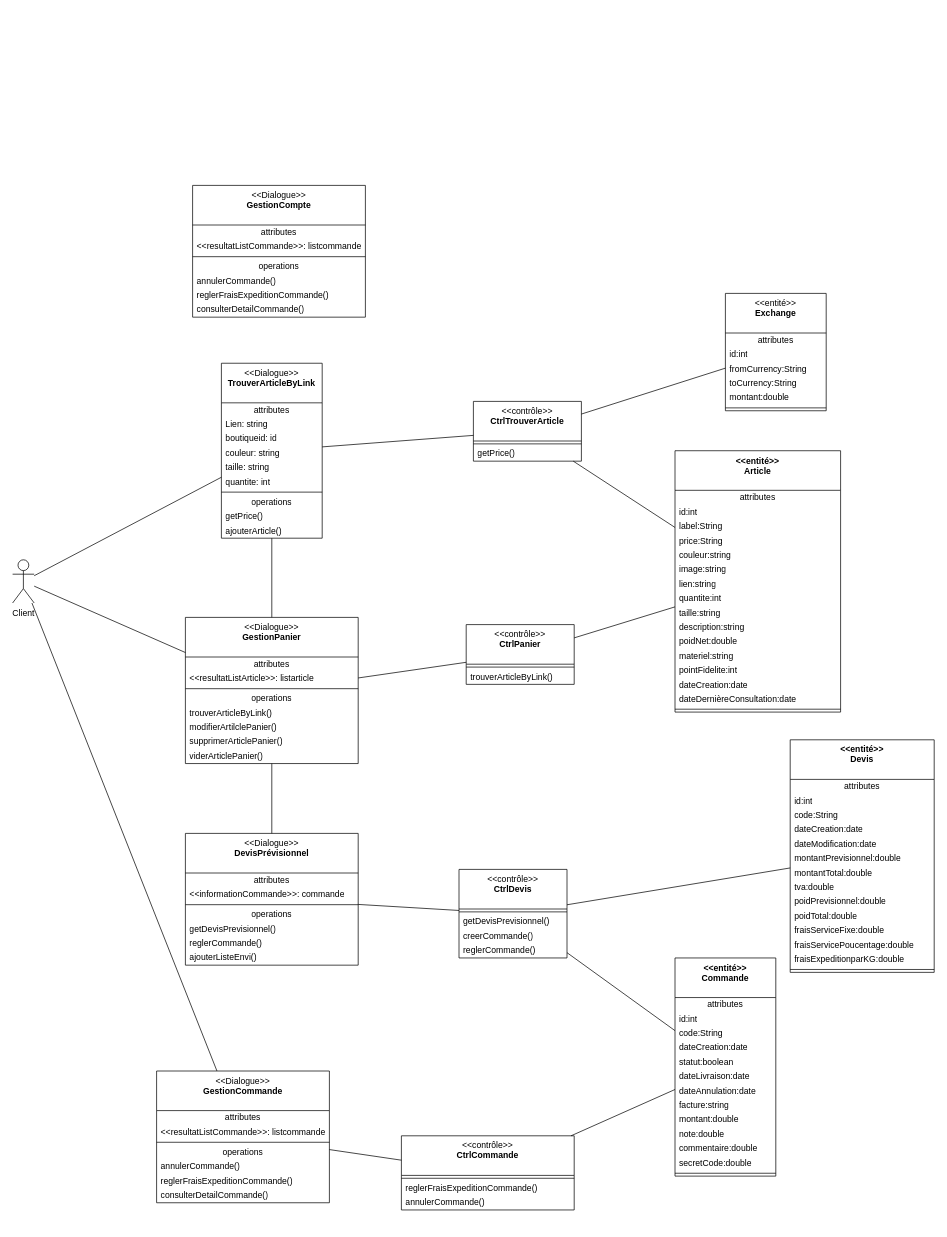
kbvac/Diagramme-UML keeps this draw.io diagram as page "DCP-MFS-CLIENT" (3 of 5) of Diagramme_MyFrench_Shop.drawio. Above is the earlier version. Source tidied: cells renumbered, new cells numbered last; positions are measured from the earlier drawing's top-left corner, leaving out a move shared by most shapes. Both pictures are drawn from the tidied source at 72%, with x=0, y=0 at pixel (12, 185).
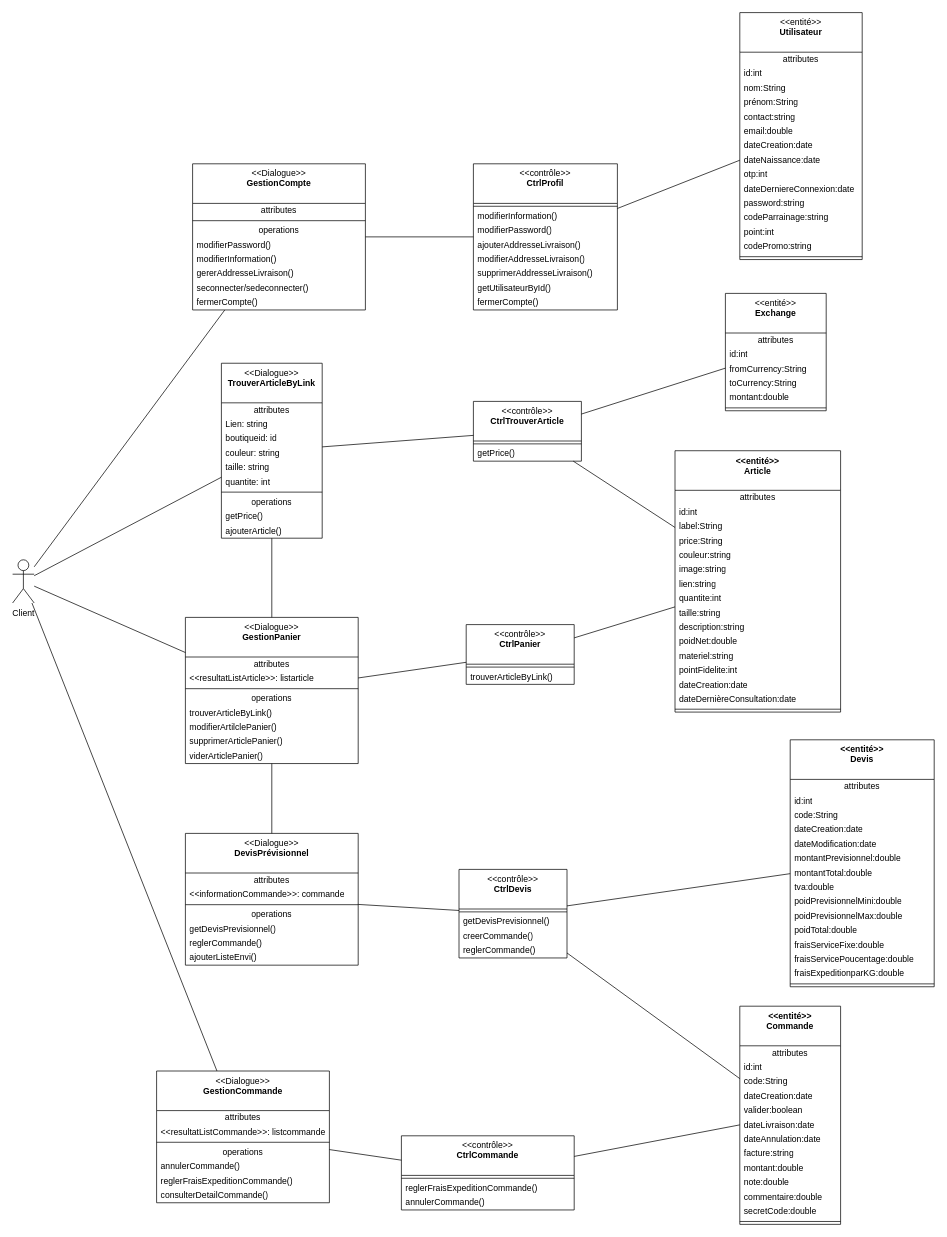
Above is the later version.

Unchanged cells that the change refers to:
```xml
<mxCell id="2" value="Client" style="shape=umlActor;verticalLabelPosition=bottom;verticalAlign=top;html=1;" parent="1" vertex="1">
  <mxGeometry y="520" width="30" height="60" as="geometry" />
</mxCell>
```

Change to the diagram source:
```diff
@@
     <mxCell id="61" value="&amp;lt;&amp;lt;entité&amp;gt;&amp;gt;&lt;br&gt;&lt;span&gt;Commande&lt;/span&gt;" style="swimlane;fontStyle=1;align=center;verticalAlign=top;horizontal=1;startSize=55;html=1;whiteSpace=wrap;" parent="1" vertex="1">
-      <mxGeometry x="920" y="1073" width="140" height="303" as="geometry" />
+      <mxGeometry x="1010" y="1140" width="140" height="303" as="geometry" />
     </mxCell>
@@
-    <mxCell id="66" value="statut:boolean" style="text;html=1;strokeColor=none;fillColor=none;align=left;verticalAlign=middle;spacingLeft=4;spacingRight=4;overflow=hidden;whiteSpace=wrap;" parent="61" vertex="1">
+    <mxCell id="66" value="valider:boolean" style="text;html=1;strokeColor=none;fillColor=none;align=left;verticalAlign=middle;spacingLeft=4;spacingRight=4;overflow=hidden;whiteSpace=wrap;" parent="61" vertex="1">
       <mxGeometry y="135" width="140" height="20" as="geometry" />
     </mxCell>
@@
     <mxCell id="93" value="&amp;lt;&amp;lt;entité&amp;gt;&amp;gt;&lt;br&gt;&lt;span&gt;Devis&lt;br&gt;&lt;/span&gt;" style="swimlane;fontStyle=1;align=center;verticalAlign=top;horizontal=1;startSize=55;html=1;whiteSpace=wrap;" parent="1" vertex="1">
-      <mxGeometry x="1080" y="770" width="200" height="323" as="geometry" />
+      <mxGeometry x="1080" y="770" width="200" height="343" as="geometry" />
     </mxCell>
@@
+    <mxCell id="130" value="poidPrevisionnelMini:double" style="text;html=1;strokeColor=none;fillColor=none;align=left;verticalAlign=middle;spacingLeft=4;spacingRight=4;overflow=hidden;whiteSpace=wrap;" parent="93" vertex="1">
+      <mxGeometry y="215" width="200" height="20" as="geometry" />
+    </mxCell>
-    <mxCell id="102" value="poidPrevisionnel:double" style="text;html=1;strokeColor=none;fillColor=none;align=left;verticalAlign=middle;spacingLeft=4;spacingRight=4;overflow=hidden;whiteSpace=wrap;" parent="93" vertex="1">
-      <mxGeometry y="215" width="200" height="20" as="geometry" />
+    <mxCell id="102" value="poidPrevisionnelMax:double" style="text;html=1;strokeColor=none;fillColor=none;align=left;verticalAlign=middle;spacingLeft=4;spacingRight=4;overflow=hidden;whiteSpace=wrap;" parent="93" vertex="1">
+      <mxGeometry y="235" width="200" height="20" as="geometry" />
     </mxCell>
     <mxCell id="103" value="poidTotal:double" style="text;html=1;strokeColor=none;fillColor=none;align=left;verticalAlign=middle;spacingLeft=4;spacingRight=4;overflow=hidden;whiteSpace=wrap;" parent="93" vertex="1">
-      <mxGeometry y="235" width="200" height="20" as="geometry" />
+      <mxGeometry y="255" width="200" height="20" as="geometry" />
     </mxCell>
     <mxCell id="104" value="fraisServiceFixe:double" style="text;html=1;strokeColor=none;fillColor=none;align=left;verticalAlign=middle;spacingLeft=4;spacingRight=4;overflow=hidden;whiteSpace=wrap;" parent="93" vertex="1">
-      <mxGeometry y="255" width="200" height="20" as="geometry" />
+      <mxGeometry y="275" width="200" height="20" as="geometry" />
     </mxCell>
     <mxCell id="105" value="fraisServicePoucentage:double" style="text;html=1;strokeColor=none;fillColor=none;align=left;verticalAlign=middle;spacingLeft=4;spacingRight=4;overflow=hidden;whiteSpace=wrap;" parent="93" vertex="1">
-      <mxGeometry y="275" width="200" height="20" as="geometry" />
+      <mxGeometry y="295" width="200" height="20" as="geometry" />
     </mxCell>
     <mxCell id="106" value="fraisExpeditionparKG:double" style="text;html=1;strokeColor=none;fillColor=none;align=left;verticalAlign=middle;spacingLeft=4;spacingRight=4;overflow=hidden;whiteSpace=wrap;" parent="93" vertex="1">
-      <mxGeometry y="295" width="200" height="20" as="geometry" />
+      <mxGeometry y="315" width="200" height="20" as="geometry" />
     </mxCell>
     <mxCell id="107" style="line;strokeWidth=1;fillColor=none;align=left;verticalAlign=middle;spacingTop=-1;spacingLeft=3;spacingRight=3;labelPosition=right;" parent="93" vertex="1">
-      <mxGeometry y="315" width="200" height="8" as="geometry" />
+      <mxGeometry y="335" width="200" height="8" as="geometry" />
     </mxCell>
@@
     <mxCell id="122" value="&amp;lt;&amp;lt;Dialogue&amp;gt;&amp;gt;&lt;br&gt;&lt;b&gt;GestionCompte&lt;br&gt;&lt;/b&gt;" style="swimlane;fontStyle=0;align=center;verticalAlign=top;horizontal=1;startSize=55;html=1;whiteSpace=wrap;" parent="1" vertex="1">
-      <mxGeometry x="250" width="240" height="183" as="geometry" />
+      <mxGeometry x="250" y="-30" width="240" height="203" as="geometry" />
     </mxCell>
@@
-    <mxCell id="124" value="&amp;lt;&amp;lt;resultatListCommande&amp;gt;&amp;gt;: listcommande" style="text;html=1;strokeColor=none;fillColor=none;align=left;verticalAlign=middle;spacingLeft=4;spacingRight=4;overflow=hidden;whiteSpace=wrap;" parent="122" vertex="1">
-      <mxGeometry y="75" width="240" height="20" as="geometry" />
-    </mxCell>
     <mxCell id="125" style="line;strokeWidth=1;fillColor=none;align=left;verticalAlign=middle;spacingTop=-1;spacingLeft=3;spacingRight=3;labelPosition=right;" parent="122" vertex="1">
-      <mxGeometry y="95" width="240" height="8" as="geometry" />
+      <mxGeometry y="75" width="240" height="8" as="geometry" />
     </mxCell>
     <mxCell id="126" value="operations" style="text;html=1;strokeColor=none;fillColor=none;align=center;verticalAlign=middle;spacingLeft=4;spacingRight=4;overflow=hidden;whiteSpace=wrap;" parent="122" vertex="1">
-      <mxGeometry y="103" width="240" height="20" as="geometry" />
+      <mxGeometry y="83" width="240" height="20" as="geometry" />
     </mxCell>
-    <mxCell id="127" value="annulerCommande()" style="text;html=1;strokeColor=none;fillColor=none;align=left;verticalAlign=middle;spacingLeft=4;spacingRight=4;overflow=hidden;whiteSpace=wrap;" parent="122" vertex="1">
-      <mxGeometry y="123" width="240" height="20" as="geometry" />
+    <mxCell id="127" value="modifierPassword()" style="text;html=1;strokeColor=none;fillColor=none;align=left;verticalAlign=middle;spacingLeft=4;spacingRight=4;overflow=hidden;whiteSpace=wrap;" parent="122" vertex="1">
+      <mxGeometry y="103" width="240" height="20" as="geometry" />
     </mxCell>
-    <mxCell id="128" value="reglerFraisExpeditionCommande()" style="text;html=1;strokeColor=none;fillColor=none;align=left;verticalAlign=middle;spacingLeft=4;spacingRight=4;overflow=hidden;whiteSpace=wrap;" parent="122" vertex="1">
-      <mxGeometry y="143" width="240" height="20" as="geometry" />
+    <mxCell id="128" value="modifierInformation()" style="text;html=1;strokeColor=none;fillColor=none;align=left;verticalAlign=middle;spacingLeft=4;spacingRight=4;overflow=hidden;whiteSpace=wrap;" parent="122" vertex="1">
+      <mxGeometry y="123" width="240" height="20" as="geometry" />
     </mxCell>
-    <mxCell id="129" value="consulterDetailCommande()" style="text;html=1;strokeColor=none;fillColor=none;align=left;verticalAlign=middle;spacingLeft=4;spacingRight=4;overflow=hidden;whiteSpace=wrap;" parent="122" vertex="1">
-      <mxGeometry y="163" width="240" height="20" as="geometry" />
+    <mxCell id="129" value="gererAddresseLivraison()" style="text;html=1;strokeColor=none;fillColor=none;align=left;verticalAlign=middle;spacingLeft=4;spacingRight=4;overflow=hidden;whiteSpace=wrap;" parent="122" vertex="1">
+      <mxGeometry y="143" width="240" height="20" as="geometry" />
     </mxCell>
+    <mxCell id="131" value="seconnecter/sedeconnecter()" style="text;html=1;strokeColor=none;fillColor=none;align=left;verticalAlign=middle;spacingLeft=4;spacingRight=4;overflow=hidden;whiteSpace=wrap;" parent="122" vertex="1">
+      <mxGeometry y="163" width="240" height="20" as="geometry" />
+    </mxCell>
+    <mxCell id="132" value="fermerCompte()" style="text;html=1;strokeColor=none;fillColor=none;align=left;verticalAlign=middle;spacingLeft=4;spacingRight=4;overflow=hidden;whiteSpace=wrap;" parent="122" vertex="1">
+      <mxGeometry y="183" width="240" height="20" as="geometry" />
+    </mxCell>
+    <mxCell id="133" style="endArrow=none;startArrow=none;endFill=0;startFill=0;endSize=8;html=1;verticalAlign=bottom;labelBackgroundColor=none;strokeWidth=1;rounded=0;" parent="1" edge="1" source="2" target="122">
+      <mxGeometry relative="1" as="geometry" />
+    </mxCell>
+    <mxCell id="134" value="&amp;lt;&amp;lt;contrôle&amp;gt;&amp;gt;&lt;br&gt;&lt;b&gt;CtrlProfil&lt;/b&gt;" style="swimlane;fontStyle=0;align=center;verticalAlign=top;horizontal=1;startSize=55;html=1;whiteSpace=wrap;" parent="1" vertex="1">
+      <mxGeometry x="640" y="-30" width="200" height="203" as="geometry" />
+    </mxCell>
+    <mxCell id="135" style="line;strokeWidth=1;fillColor=none;align=left;verticalAlign=middle;spacingTop=-1;spacingLeft=3;spacingRight=3;labelPosition=right;" parent="134" vertex="1">
+      <mxGeometry y="55" width="200" height="8" as="geometry" />
+    </mxCell>
+    <mxCell id="136" value="modifierInformation()" style="text;html=1;strokeColor=none;fillColor=none;align=left;verticalAlign=middle;spacingLeft=4;spacingRight=4;overflow=hidden;whiteSpace=wrap;" parent="134" vertex="1">
+      <mxGeometry y="63" width="200" height="20" as="geometry" />
+    </mxCell>
+    <mxCell id="137" value="modifierPassword()" style="text;html=1;strokeColor=none;fillColor=none;align=left;verticalAlign=middle;spacingLeft=4;spacingRight=4;overflow=hidden;whiteSpace=wrap;" parent="134" vertex="1">
+      <mxGeometry y="83" width="200" height="20" as="geometry" />
+    </mxCell>
+    <mxCell id="138" value="ajouterAddresseLivraison()" style="text;html=1;strokeColor=none;fillColor=none;align=left;verticalAlign=middle;spacingLeft=4;spacingRight=4;overflow=hidden;whiteSpace=wrap;" parent="134" vertex="1">
+      <mxGeometry y="103" width="200" height="20" as="geometry" />
+    </mxCell>
+    <mxCell id="139" value="modifierAddresseLivraison()" style="text;html=1;strokeColor=none;fillColor=none;align=left;verticalAlign=middle;spacingLeft=4;spacingRight=4;overflow=hidden;whiteSpace=wrap;" parent="134" vertex="1">
+      <mxGeometry y="123" width="200" height="20" as="geometry" />
+    </mxCell>
+    <mxCell id="140" value="supprimerAddresseLivraison()" style="text;html=1;strokeColor=none;fillColor=none;align=left;verticalAlign=middle;spacingLeft=4;spacingRight=4;overflow=hidden;whiteSpace=wrap;" parent="134" vertex="1">
+      <mxGeometry y="143" width="200" height="20" as="geometry" />
+    </mxCell>
+    <mxCell id="141" value="getUtilisateurById()" style="text;html=1;strokeColor=none;fillColor=none;align=left;verticalAlign=middle;spacingLeft=4;spacingRight=4;overflow=hidden;whiteSpace=wrap;" parent="134" vertex="1">
+      <mxGeometry y="163" width="200" height="20" as="geometry" />
+    </mxCell>
+    <mxCell id="142" value="fermerCompte()" style="text;html=1;strokeColor=none;fillColor=none;align=left;verticalAlign=middle;spacingLeft=4;spacingRight=4;overflow=hidden;whiteSpace=wrap;" parent="134" vertex="1">
+      <mxGeometry y="183" width="200" height="20" as="geometry" />
+    </mxCell>
+    <mxCell id="143" style="endArrow=none;startArrow=none;endFill=0;startFill=0;endSize=8;html=1;verticalAlign=bottom;labelBackgroundColor=none;strokeWidth=1;rounded=0;" parent="1" edge="1" source="134" target="122">
+      <mxGeometry relative="1" as="geometry" />
+    </mxCell>
+    <mxCell id="144" value="&amp;lt;&amp;lt;entité&amp;gt;&amp;gt;&lt;br&gt;&lt;b&gt;Utilisateur&lt;/b&gt;" style="swimlane;fontStyle=0;align=center;verticalAlign=top;horizontal=1;startSize=55;html=1;whiteSpace=wrap;" parent="1" vertex="1">
+      <mxGeometry x="1010" y="-240" width="170" height="343" as="geometry" />
+    </mxCell>
+    <mxCell id="145" value="attributes" style="text;html=1;strokeColor=none;fillColor=none;align=center;verticalAlign=middle;spacingLeft=4;spacingRight=4;overflow=hidden;whiteSpace=wrap;" parent="144" vertex="1">
+      <mxGeometry y="55" width="170" height="20" as="geometry" />
+    </mxCell>
+    <mxCell id="146" value="id:int" style="text;html=1;strokeColor=none;fillColor=none;align=left;verticalAlign=middle;spacingLeft=4;spacingRight=4;overflow=hidden;whiteSpace=wrap;" parent="144" vertex="1">
+      <mxGeometry y="75" width="170" height="20" as="geometry" />
+    </mxCell>
+    <mxCell id="147" value="nom:String" style="text;html=1;strokeColor=none;fillColor=none;align=left;verticalAlign=middle;spacingLeft=4;spacingRight=4;overflow=hidden;whiteSpace=wrap;" parent="144" vertex="1">
+      <mxGeometry y="95" width="170" height="20" as="geometry" />
+    </mxCell>
+    <mxCell id="148" value="prénom:String" style="text;html=1;strokeColor=none;fillColor=none;align=left;verticalAlign=middle;spacingLeft=4;spacingRight=4;overflow=hidden;whiteSpace=wrap;" parent="144" vertex="1">
+      <mxGeometry y="115" width="170" height="20" as="geometry" />
+    </mxCell>
+    <mxCell id="149" value="contact:string" style="text;html=1;strokeColor=none;fillColor=none;align=left;verticalAlign=middle;spacingLeft=4;spacingRight=4;overflow=hidden;whiteSpace=wrap;" parent="144" vertex="1">
+      <mxGeometry y="135" width="170" height="20" as="geometry" />
+    </mxCell>
+    <mxCell id="150" value="email:double" style="text;html=1;strokeColor=none;fillColor=none;align=left;verticalAlign=middle;spacingLeft=4;spacingRight=4;overflow=hidden;whiteSpace=wrap;" parent="144" vertex="1">
+      <mxGeometry y="155" width="170" height="20" as="geometry" />
+    </mxCell>
+    <mxCell id="151" value="dateCreation:date&amp;nbsp;" style="text;html=1;strokeColor=none;fillColor=none;align=left;verticalAlign=middle;spacingLeft=4;spacingRight=4;overflow=hidden;whiteSpace=wrap;" parent="144" vertex="1">
+      <mxGeometry y="175" width="170" height="20" as="geometry" />
+    </mxCell>
+    <mxCell id="152" value="dateNaissance:date" style="text;html=1;strokeColor=none;fillColor=none;align=left;verticalAlign=middle;spacingLeft=4;spacingRight=4;overflow=hidden;whiteSpace=wrap;" parent="144" vertex="1">
+      <mxGeometry y="195" width="170" height="20" as="geometry" />
+    </mxCell>
+    <mxCell id="153" value="otp:int" style="text;html=1;strokeColor=none;fillColor=none;align=left;verticalAlign=middle;spacingLeft=4;spacingRight=4;overflow=hidden;whiteSpace=wrap;" parent="144" vertex="1">
+      <mxGeometry y="215" width="170" height="20" as="geometry" />
+    </mxCell>
+    <mxCell id="154" value="dateDerniereConnexion:date" style="text;html=1;strokeColor=none;fillColor=none;align=left;verticalAlign=middle;spacingLeft=4;spacingRight=4;overflow=hidden;whiteSpace=wrap;" parent="144" vertex="1">
+      <mxGeometry y="235" width="170" height="20" as="geometry" />
+    </mxCell>
+    <mxCell id="155" value="password:string" style="text;html=1;strokeColor=none;fillColor=none;align=left;verticalAlign=middle;spacingLeft=4;spacingRight=4;overflow=hidden;whiteSpace=wrap;" parent="144" vertex="1">
+      <mxGeometry y="255" width="170" height="20" as="geometry" />
+    </mxCell>
+    <mxCell id="156" value="codeParrainage:string" style="text;html=1;strokeColor=none;fillColor=none;align=left;verticalAlign=middle;spacingLeft=4;spacingRight=4;overflow=hidden;whiteSpace=wrap;" parent="144" vertex="1">
+      <mxGeometry y="275" width="170" height="20" as="geometry" />
+    </mxCell>
+    <mxCell id="157" value="point:int" style="text;html=1;strokeColor=none;fillColor=none;align=left;verticalAlign=middle;spacingLeft=4;spacingRight=4;overflow=hidden;whiteSpace=wrap;" parent="144" vertex="1">
+      <mxGeometry y="295" width="170" height="20" as="geometry" />
+    </mxCell>
+    <mxCell id="158" value="codePromo:string" style="text;html=1;strokeColor=none;fillColor=none;align=left;verticalAlign=middle;spacingLeft=4;spacingRight=4;overflow=hidden;whiteSpace=wrap;" parent="144" vertex="1">
+      <mxGeometry y="315" width="170" height="20" as="geometry" />
+    </mxCell>
+    <mxCell id="159" style="line;strokeWidth=1;fillColor=none;align=left;verticalAlign=middle;spacingTop=-1;spacingLeft=3;spacingRight=3;labelPosition=right;" parent="144" vertex="1">
+      <mxGeometry y="335" width="170" height="8" as="geometry" />
+    </mxCell>
+    <mxCell id="160" style="endArrow=none;startArrow=none;endFill=0;startFill=0;endSize=8;html=1;verticalAlign=bottom;labelBackgroundColor=none;strokeWidth=1;rounded=0;" parent="1" edge="1" source="144" target="134">
+      <mxGeometry relative="1" as="geometry" />
+    </mxCell>
```
